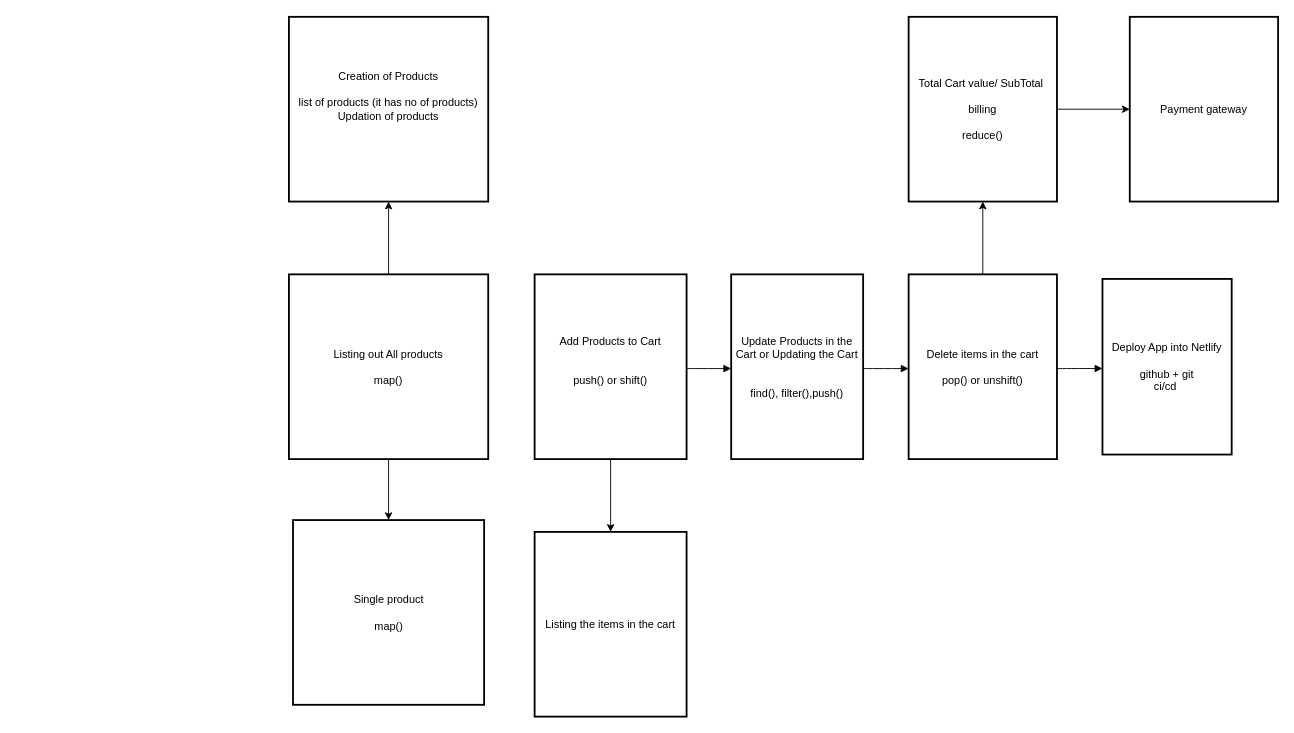
The draw.io diagram E-Cart.drawio in Prasanna-collab/ecart-tut-session, before the edit. Source tidied: cells renumbered, new cells numbered last; positions are measured from the earlier drawing's top-left corner, leaving out a move shared by most shapes. Both pictures are drawn from the tidied source at 91%, with x=0, y=0 at pixel (288, 16).
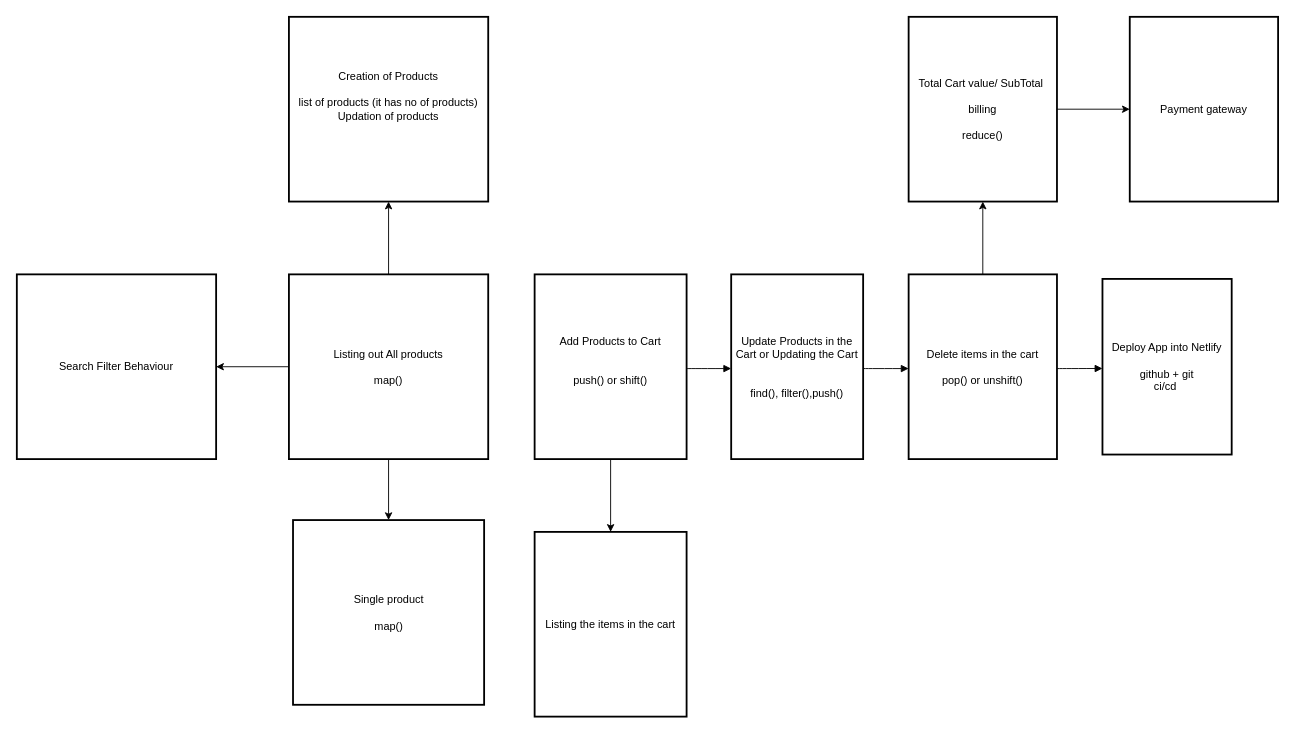
The same page after the edit.

Commit message (it also covers changes not shown here):
Cart Page

The change refers to these unchanged cells:
```xml
<mxCell id="4" value="Listing out All products&#10;&#10;map()" style="whiteSpace=wrap;strokeWidth=2;" parent="1" vertex="1">
  <mxGeometry y="283" width="219" height="203" as="geometry" />
</mxCell>
```

The edit, as a diff of the source:
```diff
@@
+    <mxCell id="20" style="edgeStyle=orthogonalEdgeStyle;rounded=0;jettySize=auto;html=1;" parent="1" edge="1" source="4" target="21">
+      <mxGeometry relative="1" as="geometry" />
+    </mxCell>
@@
+    <mxCell id="21" value="Search Filter Behaviour" style="whiteSpace=wrap;strokeWidth=2;" parent="1" vertex="1">
+      <mxGeometry x="-299" y="283" width="219" height="203" as="geometry" />
+    </mxCell>
```
